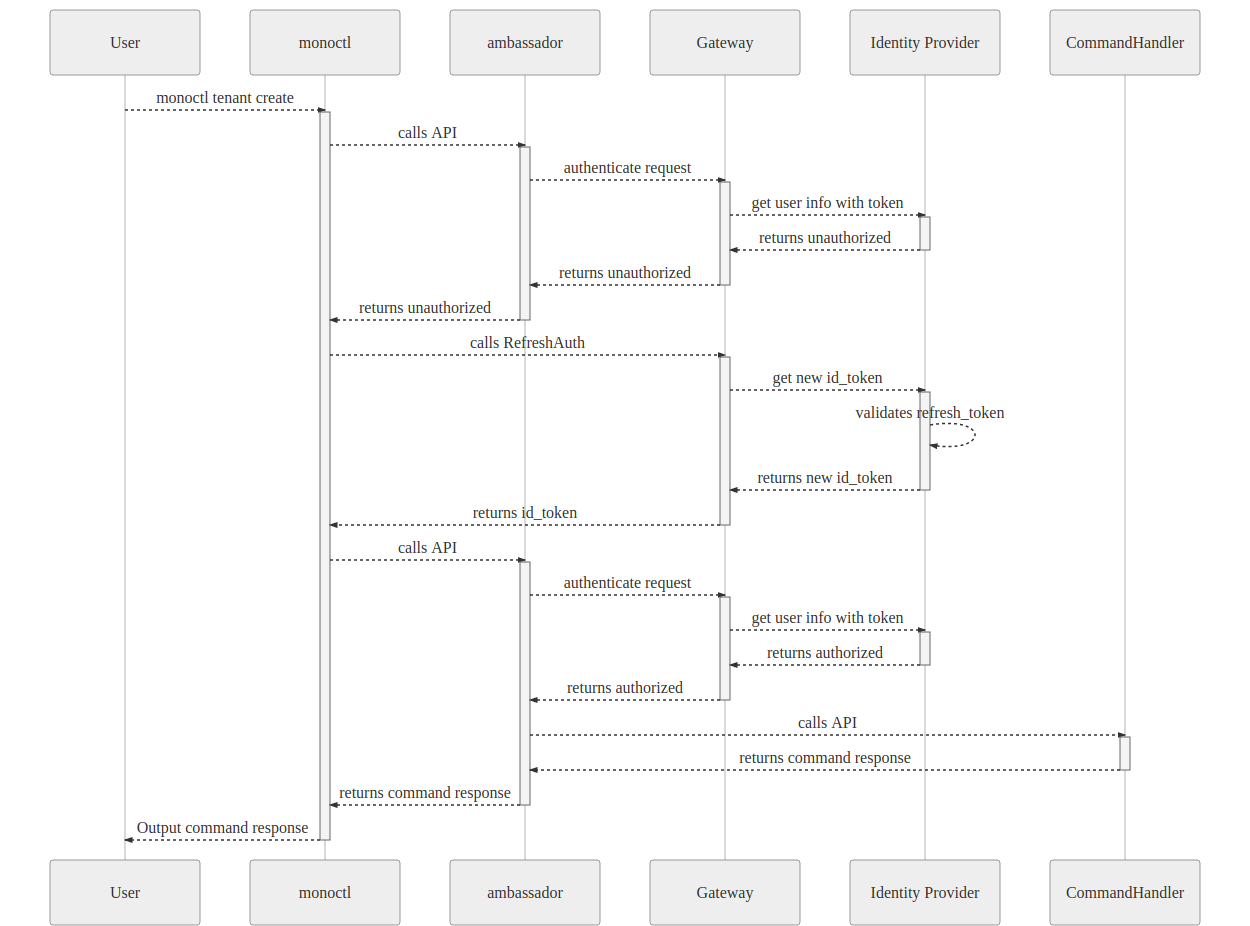
Earlier version of the Mermaid export docs/flow-charts/images/sd-monoctl-refresh.mmd.png (finleap-connect/monoskope). Its source is kept beside it as docs/flow-charts/sd-monoctl-refresh.mmd.
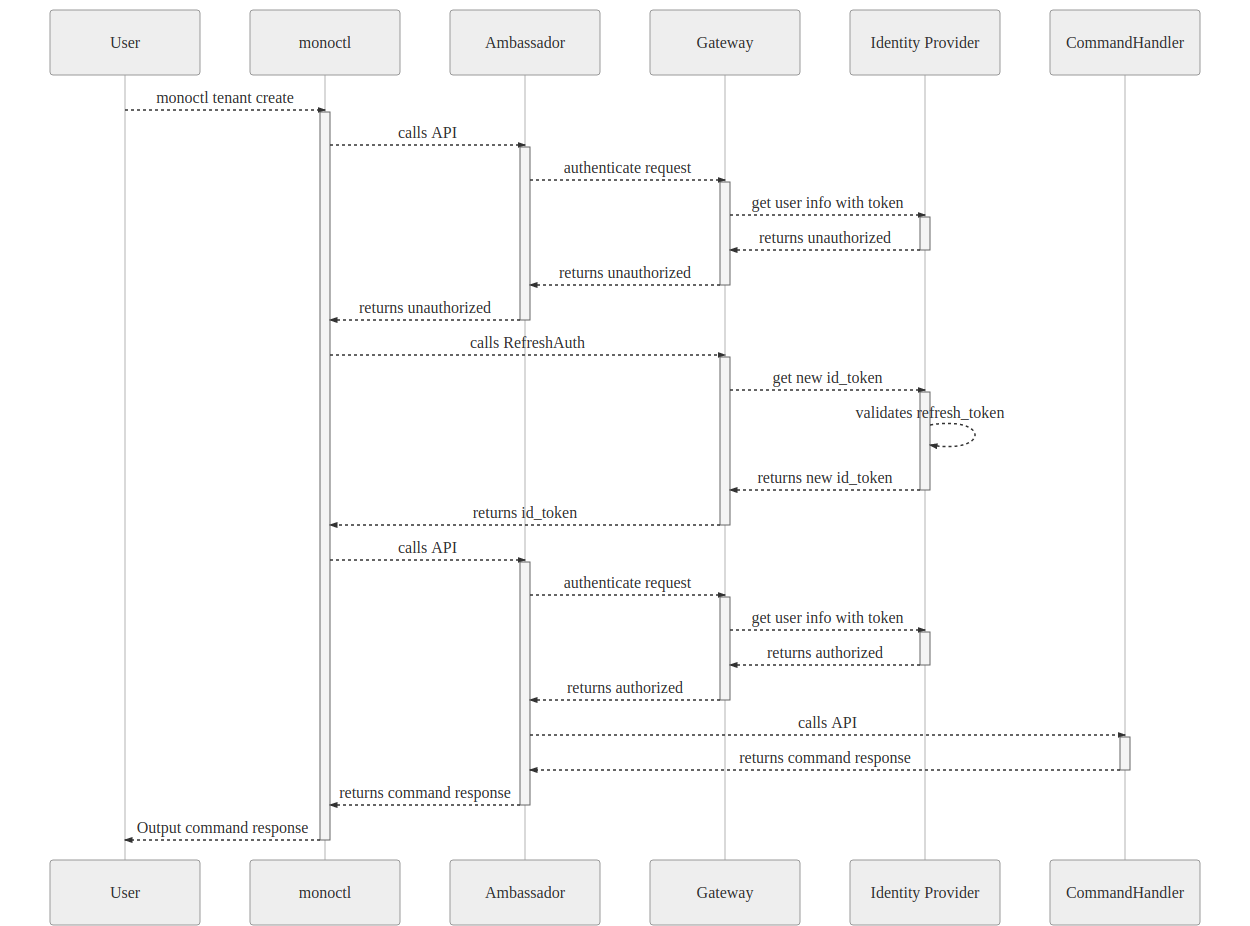
The same file after the commit.

Commit message:
Update ambassador uppercase

The edit, as a diff of the source:
```diff
@@ -1,7 +1,7 @@
 sequenceDiagram
     participant U as User
     participant M as monoctl
-    participant A as ambassador
+    participant A as Ambassador
     participant G as Gateway
     participant I as Identity Provider
     participant C as CommandHandler
```
